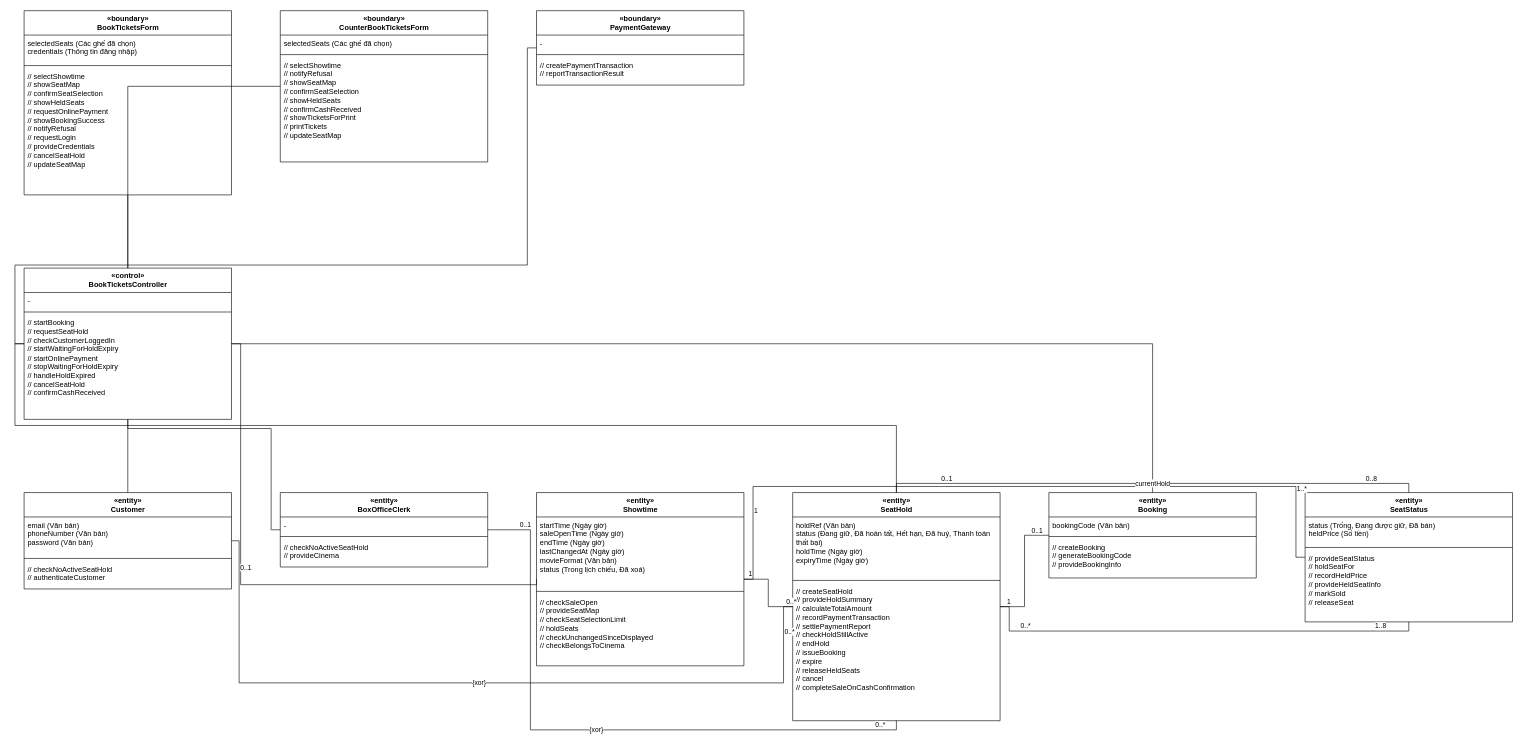
Before: page "Đặt vé (UC-005)" (2 of 7) of design/diagrams/P08-class-analysis.drawio in luytbq/app-dat-ve-xem-phim, a draw.io diagram. Source tidied: cells renumbered, new cells numbered last; positions are measured from the earlier drawing's top-left corner, leaving out a move shared by most shapes. Both pictures are drawn from the tidied source at 61%, with x=0, y=0 at pixel (15, 10).
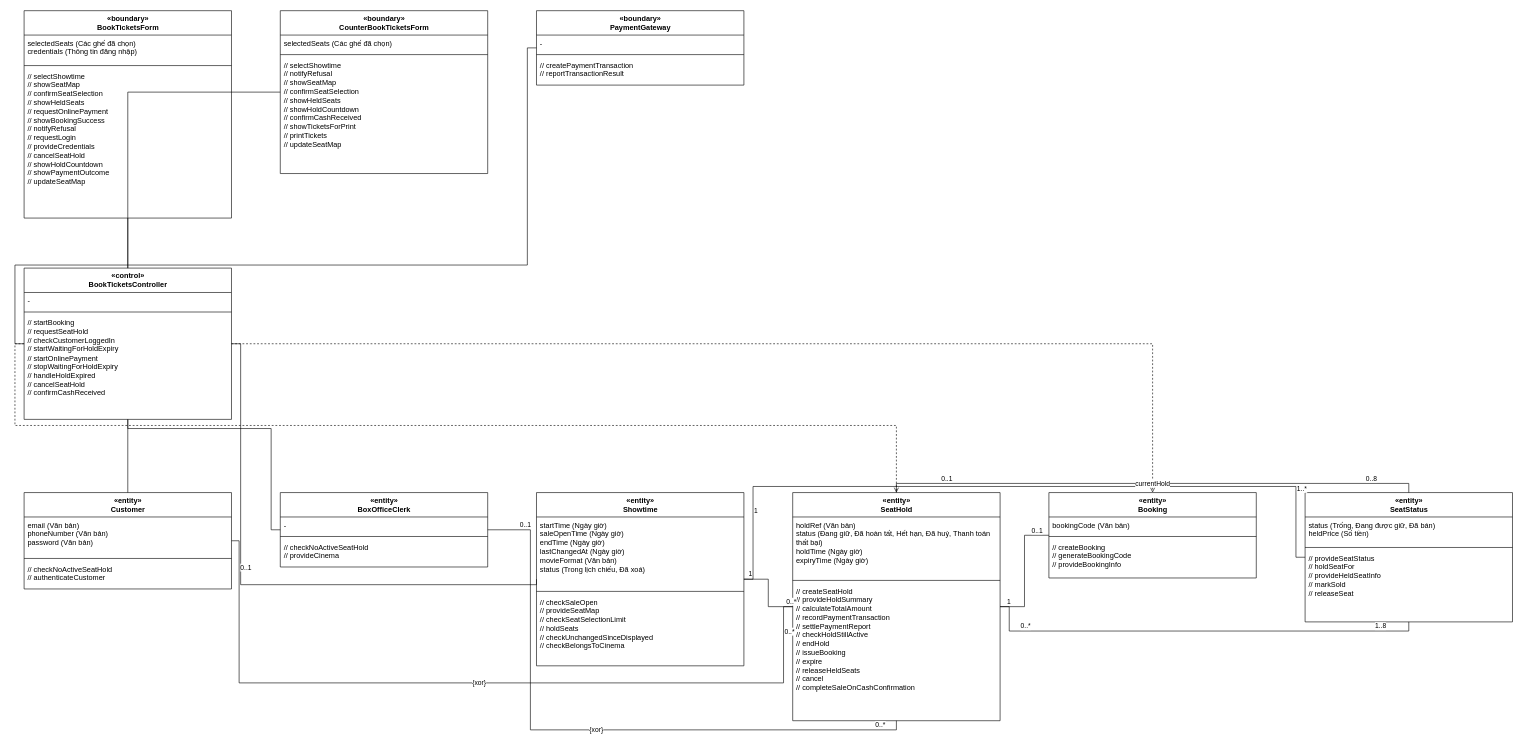
After the change.

The change refers to these unchanged cells:
```xml
<mxCell id="14" value="«control»&lt;br&gt;BookTicketsController" style="swimlane;fontStyle=1;align=center;horizontal=1;startSize=40;html=1;" parent="1" vertex="1">
  <mxGeometry x="15" y="422" width="340" height="248" as="geometry" />
</mxCell>
<mxCell id="30" value="«entity»&lt;br&gt;SeatHold" style="swimlane;fontStyle=1;align=center;horizontal=1;startSize=40;html=1;" parent="1" vertex="1">
  <mxGeometry x="1275" y="790" width="340" height="374" as="geometry" />
</mxCell>
<mxCell id="34" value="«entity»&lt;br&gt;Booking" style="swimlane;fontStyle=1;align=center;horizontal=1;startSize=40;html=1;" parent="1" vertex="1">
  <mxGeometry x="1695" y="790" width="340" height="140" as="geometry" />
</mxCell>
<mxCell id="58" value="«entity»&lt;br&gt;SeatStatus" style="swimlane;fontStyle=1;align=center;horizontal=1;startSize=40;html=1;" parent="1" vertex="1">
  <mxGeometry x="2115" y="790" width="340" height="212" as="geometry" />
</mxCell>
```

The edit, as a diff of the source:
```diff
@@
     <mxCell id="2" value="«boundary»&lt;br&gt;BookTicketsForm" style="swimlane;fontStyle=1;align=center;horizontal=1;startSize=40;html=1;" parent="1" vertex="1">
-      <mxGeometry x="15" width="340" height="302" as="geometry" />
+      <mxGeometry x="15" width="340" height="340" as="geometry" />
     </mxCell>
@@
-    <mxCell id="5" value="// selectShowtime&lt;br&gt;// showSeatMap&lt;br&gt;// confirmSeatSelection&lt;br&gt;// showHeldSeats&lt;br&gt;// requestOnlinePayment&lt;br&gt;// showBookingSuccess&lt;br&gt;// notifyRefusal&lt;br&gt;// requestLogin&lt;br&gt;// provideCredentials&lt;br&gt;// cancelSeatHold&lt;br&gt;// updateSeatMap" style="text;strokeColor=none;fillColor=none;align=left;verticalAlign=top;spacingLeft=4;html=1;whiteSpace=wrap;" parent="2" vertex="1">
-      <mxGeometry y="94" width="340" height="208" as="geometry" />
+    <mxCell id="5" value="// selectShowtime&lt;br&gt;// showSeatMap&lt;br&gt;// confirmSeatSelection&lt;br&gt;// showHeldSeats&lt;br&gt;// requestOnlinePayment&lt;br&gt;// showBookingSuccess&lt;br&gt;// notifyRefusal&lt;br&gt;// requestLogin&lt;br&gt;// provideCredentials&lt;br&gt;// cancelSeatHold&lt;br&gt;// showHoldCountdown&lt;br&gt;// showPaymentOutcome&lt;br&gt;// updateSeatMap" style="text;strokeColor=none;fillColor=none;align=left;verticalAlign=top;spacingLeft=4;html=1;whiteSpace=wrap;" parent="2" vertex="1">
+      <mxGeometry y="94" width="340" height="246" as="geometry" />
     </mxCell>
     <mxCell id="6" value="«boundary»&lt;br&gt;CounterBookTicketsForm" style="swimlane;fontStyle=1;align=center;horizontal=1;startSize=40;html=1;" parent="1" vertex="1">
-      <mxGeometry x="435" width="340" height="248" as="geometry" />
+      <mxGeometry x="435" width="340" height="267" as="geometry" />
     </mxCell>
@@
-    <mxCell id="9" value="// selectShowtime&lt;br&gt;// notifyRefusal&lt;br&gt;// showSeatMap&lt;br&gt;// confirmSeatSelection&lt;br&gt;// showHeldSeats&lt;br&gt;// confirmCashReceived&lt;br&gt;// showTicketsForPrint&lt;br&gt;// printTickets&lt;br&gt;// updateSeatMap" style="text;strokeColor=none;fillColor=none;align=left;verticalAlign=top;spacingLeft=4;html=1;whiteSpace=wrap;" parent="6" vertex="1">
-      <mxGeometry y="76" width="340" height="172" as="geometry" />
+    <mxCell id="9" value="// selectShowtime&lt;br&gt;// notifyRefusal&lt;br&gt;// showSeatMap&lt;br&gt;// confirmSeatSelection&lt;br&gt;// showHeldSeats&lt;br&gt;// showHoldCountdown&lt;br&gt;// confirmCashReceived&lt;br&gt;// showTicketsForPrint&lt;br&gt;// printTickets&lt;br&gt;// updateSeatMap" style="text;strokeColor=none;fillColor=none;align=left;verticalAlign=top;spacingLeft=4;html=1;whiteSpace=wrap;" parent="6" vertex="1">
+      <mxGeometry y="76" width="340" height="191" as="geometry" />
     </mxCell>
@@
-    <mxCell id="44" style="edgeStyle=orthogonalEdgeStyle;rounded=0;html=1;endArrow=none;exitX=0;exitY=0.5;exitDx=0;exitDy=0;entryX=0.5;entryY=0;entryDx=0;entryDy=0;" parent="1" edge="1" source="14" target="30">
+    <mxCell id="44" style="edgeStyle=orthogonalEdgeStyle;rounded=0;html=1;endArrow=open;dashed=1;exitX=0;exitY=0.5;exitDx=0;exitDy=0;entryX=0.5;entryY=0;entryDx=0;entryDy=0;" parent="1" edge="1" source="14" target="30">
       <mxGeometry relative="1" as="geometry">
         <Array as="points">
           <mxPoint y="546" />
           <mxPoint y="680" />
           <mxPoint x="1445" y="680" />
         </Array>
       </mxGeometry>
     </mxCell>
-    <mxCell id="45" style="edgeStyle=orthogonalEdgeStyle;rounded=0;html=1;endArrow=none;exitX=1;exitY=0.5;exitDx=0;exitDy=0;entryX=0.5;entryY=0;entryDx=0;entryDy=0;" parent="1" edge="1" source="14" target="34">
+    <mxCell id="45" style="edgeStyle=orthogonalEdgeStyle;rounded=0;html=1;endArrow=open;dashed=1;exitX=1;exitY=0.5;exitDx=0;exitDy=0;entryX=0.5;entryY=0;entryDx=0;entryDy=0;" parent="1" edge="1" source="14" target="34">
       <mxGeometry relative="1" as="geometry">
         <Array as="points">
           <mxPoint x="1865" y="546" />
         </Array>
       </mxGeometry>
     </mxCell>
@@
-    <mxCell id="61" value="// provideSeatStatus&lt;br&gt;// holdSeatFor&lt;br&gt;// recordHeldPrice&lt;br&gt;// provideHeldSeatInfo&lt;br&gt;// markSold&lt;br&gt;// releaseSeat" style="text;strokeColor=none;fillColor=none;align=left;verticalAlign=top;spacingLeft=4;html=1;whiteSpace=wrap;" parent="58" vertex="1">
+    <mxCell id="61" value="// provideSeatStatus&lt;br&gt;// holdSeatFor&lt;br&gt;// provideHeldSeatInfo&lt;br&gt;// markSold&lt;br&gt;// releaseSeat" style="text;strokeColor=none;fillColor=none;align=left;verticalAlign=top;spacingLeft=4;html=1;whiteSpace=wrap;" parent="58" vertex="1">
       <mxGeometry y="94" width="340" height="118" as="geometry" />
     </mxCell>
```
